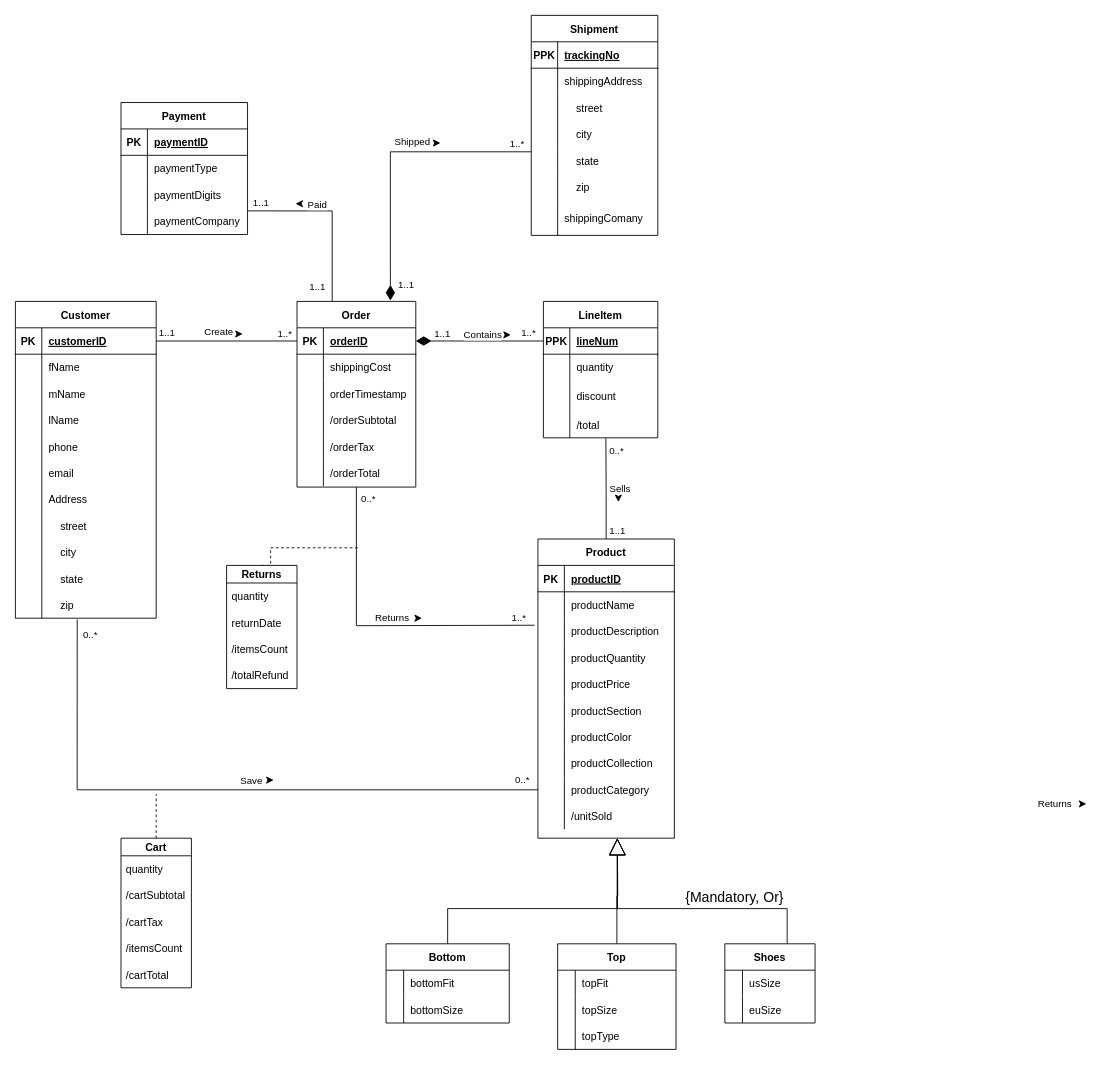
Earlier version of the draw.io diagram ERD/Final_ERD.drawio (avivfaraj/INFO605-Project). Source tidied: cells renumbered, new cells numbered last; positions are measured from the earlier drawing's top-left corner, leaving out a move shared by most shapes. Both pictures are drawn from the tidied source at 88%, with x=0, y=0 at pixel (15, 15).
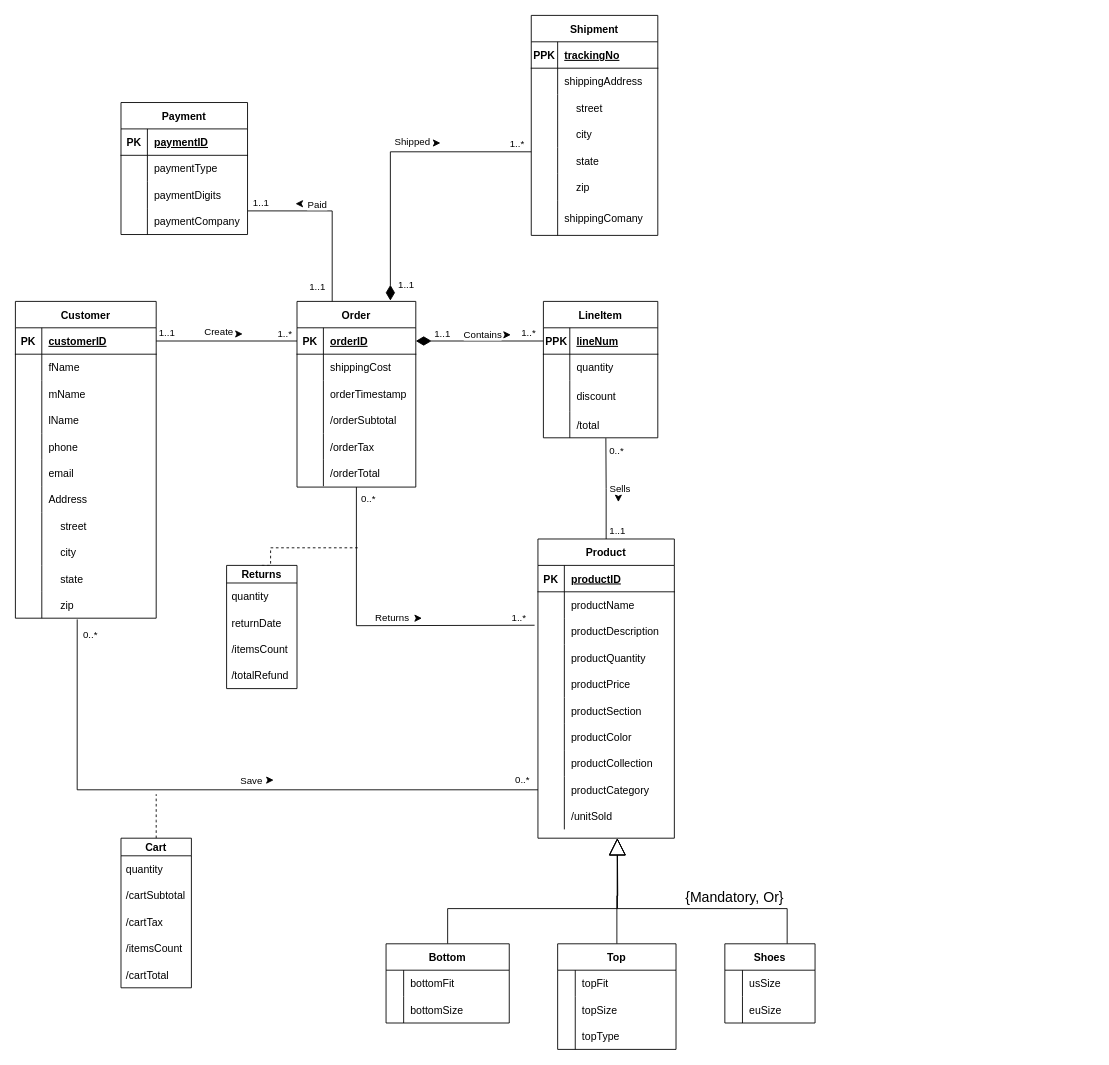
After the change.

What changed in the source:
```diff
@@
-    <mxCell id="195" style="endArrow=classic;html=1;rounded=0;" parent="1" edge="1">
-      <mxGeometry relative="1" as="geometry">
-        <mxPoint x="1210" y="896" as="sourcePoint" />
-        <mxPoint x="1217" y="896" as="targetPoint" />
-      </mxGeometry>
-    </mxCell>
-    <mxCell id="196" value="Returns" style="edgeLabel;html=1;align=center;verticalAlign=middle;" parent="195" vertex="1">
-      <mxGeometry x="-0.56" y="1" relative="1" as="geometry">
-        <mxPoint x="-32" as="offset" />
-      </mxGeometry>
-    </mxCell>
```
